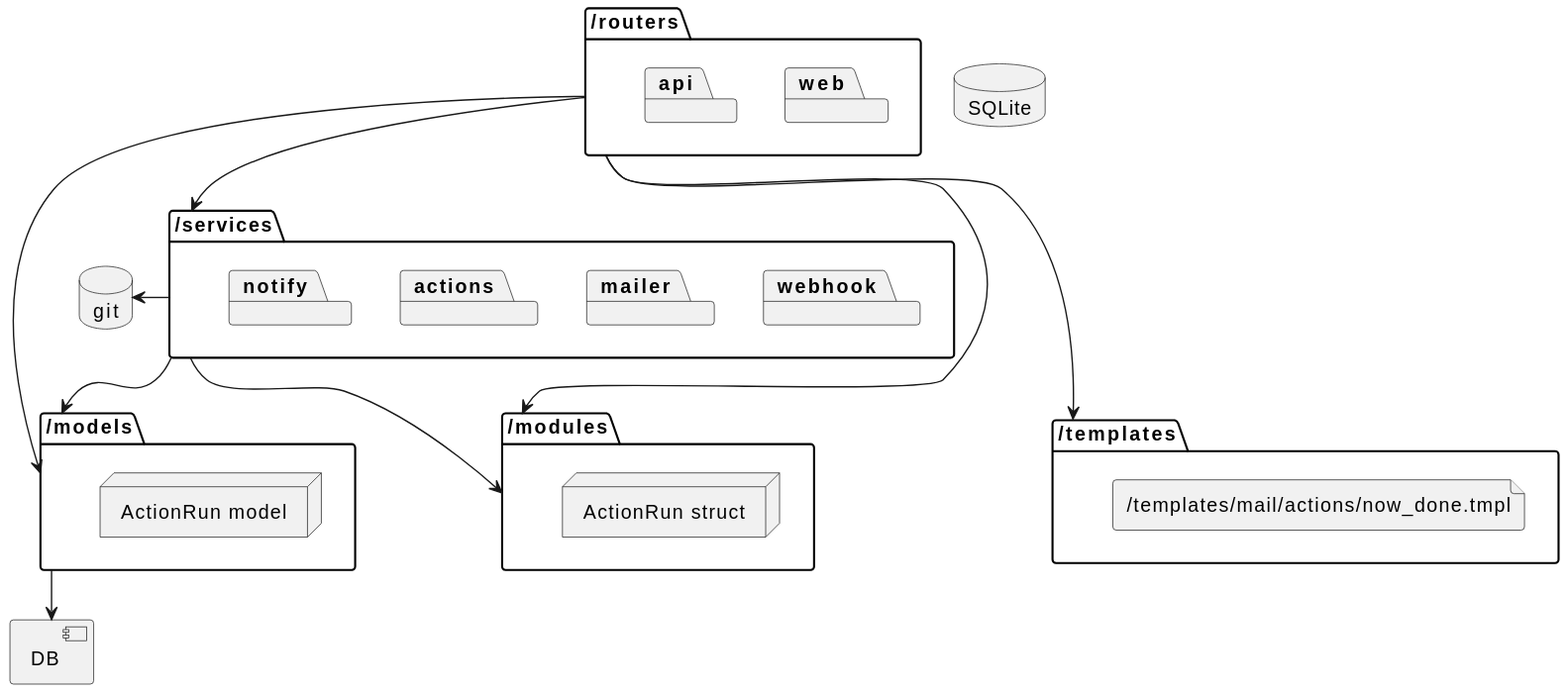
Before: src/articles/17_forgejo_actions_notification/architecture.svg, a diagram exported from PlantUML (christopher-besch/homepage).
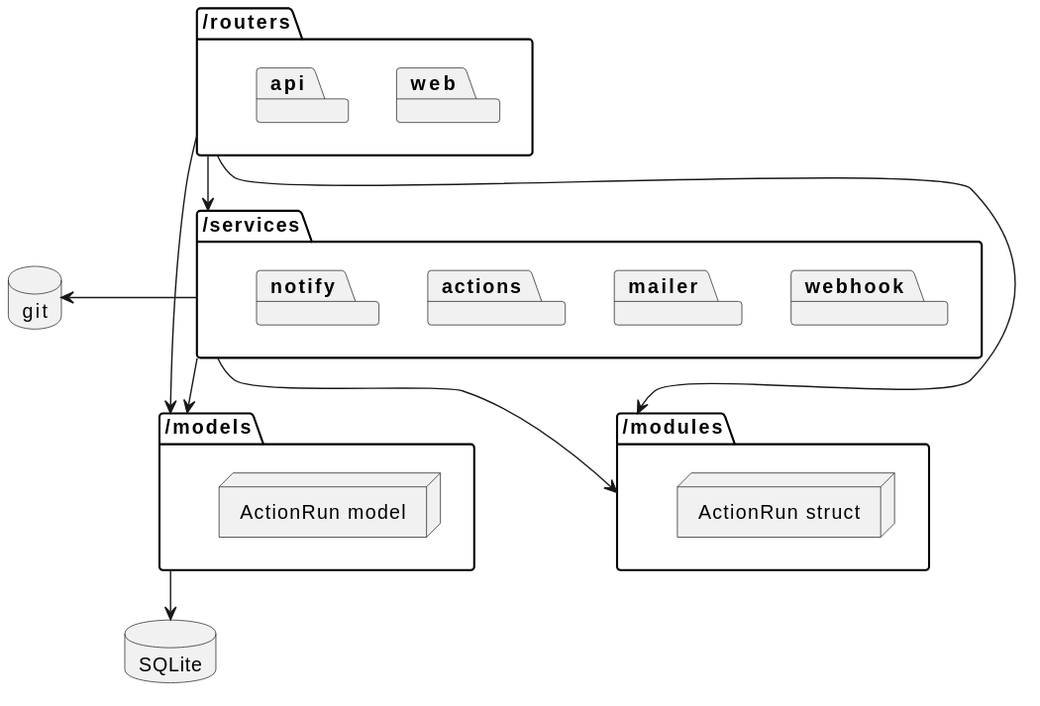
After the commit.

The edit, as a diff of the source:
```diff
@@ -27,20 +27,15 @@
 }
 
 
-folder "/templates" {
-    file "/templates/mail/actions/now_done.tmpl"
-}
 
 
 [/routers] -down-> [/services]
 [/routers] -down-> [/modules]
 [/routers] -down-> [/models]
-[/routers] -down-> [/templates]
 
 [/services] -down-> [/models]
 [/services] -down-> [/modules]
-[/services] -down[hidden]-> [/templates]
 [/services] -left-> [git]
 
-[/models] -down-> [DB]
+[/models] -down-> [SQLite]
 @enduml
```
